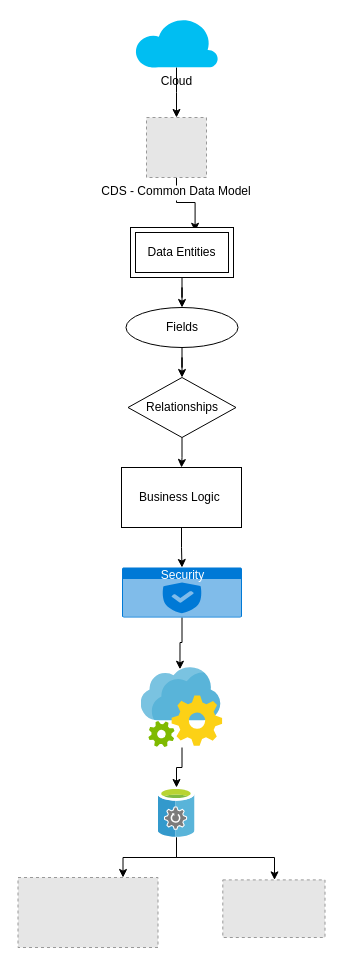
Earlier version of the draw.io diagram Dataverse.drawio (joshidiv04/athena). Source tidied: cells renumbered, new cells numbered last; positions are measured from the earlier drawing's top-left corner, leaving out a move shared by most shapes. Both pictures are drawn from the tidied source at 100%, with x=0, y=0 at pixel (18, 17). Pictures stored in the file or linked from it are replaced by grey dashed boxes.
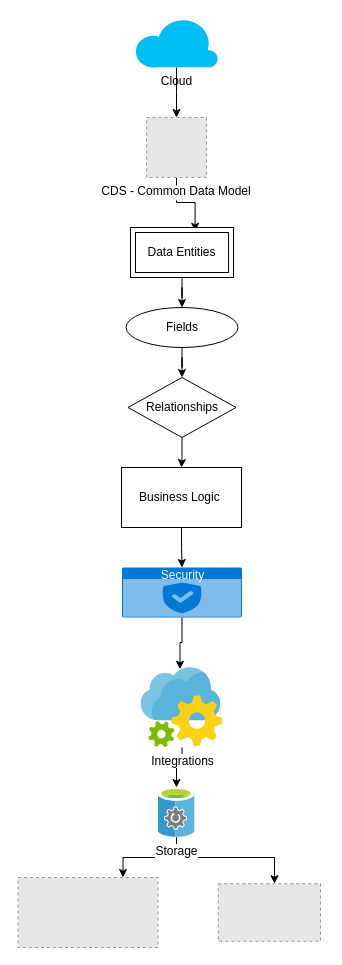
Above is the later version.

Diff of the diagram source:
```diff
@@
-    <mxCell id="17" style="sketch=0;html=1;points=[];align=center;image;fontSize=12;image=img/lib/mscae/App_Configuration.svg;" parent="1" vertex="1">
+    <mxCell id="17" value="Integrations" style="sketch=0;html=1;points=[];align=center;image;fontSize=12;image=img/lib/mscae/App_Configuration.svg;" parent="1" vertex="1">
       <mxGeometry x="122.7" y="650" width="81.6" height="80" as="geometry" />
     </mxCell>
@@
-    <mxCell id="20" style="sketch=0;html=1;points=[];align=center;image;fontSize=12;image=img/lib/mscae/StorSimple_Data_Managers.svg;" parent="1" vertex="1">
+    <mxCell id="20" value="Storage" style="sketch=0;html=1;points=[];align=center;image;fontSize=12;image=img/lib/mscae/StorSimple_Data_Managers.svg;" parent="1" vertex="1">
       <mxGeometry x="139.5" y="770" width="37" height="50" as="geometry" />
     </mxCell>
@@
     <mxCell id="22" style="fillColor=#E6E6E6;strokeColor=#999999;dashed=1;verticalLabelPosition=bottom;labelBackgroundColor=default;verticalAlign=top;" parent="1" vertex="1">
-      <mxGeometry x="204.3" y="862.4" width="102.2" height="57.6" as="geometry" />
+      <mxGeometry x="199.8" y="866.2" width="102.2" height="57.6" as="geometry" />
     </mxCell>
```
